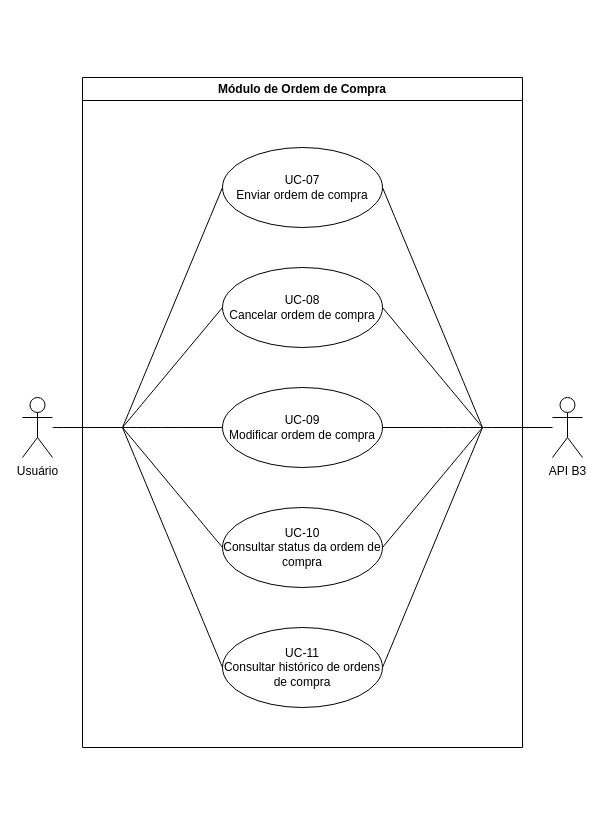
The draw.io diagram diagramas_casos_de_uso/uc_ordem_compra.drawio in gb-cs-rt/home_broker, before the edit. Source tidied: cells renumbered, new cells numbered last; positions are measured from the earlier drawing's top-left corner, leaving out a move shared by most shapes. Both pictures are drawn from the tidied source at 100%, with x=0, y=0 at pixel (22, 77).
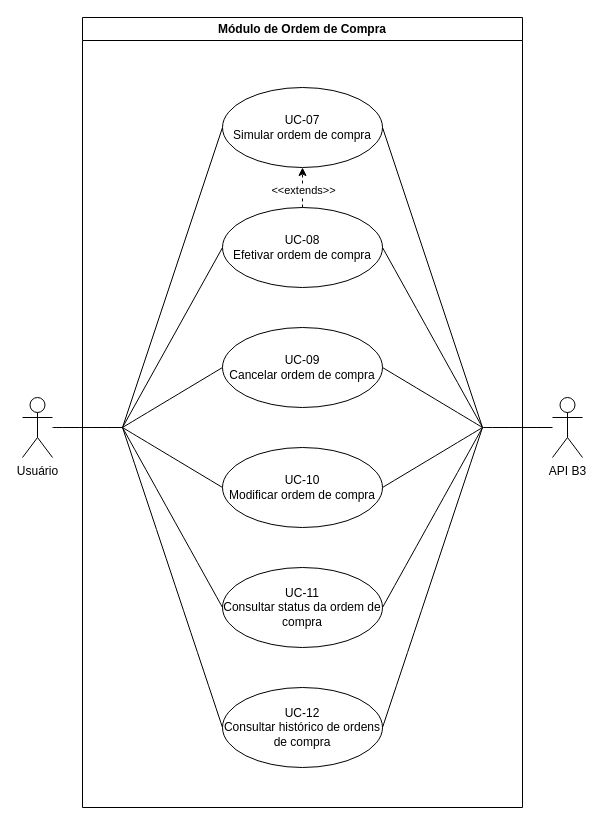
After the change.

Change to the diagram source:
```diff
@@
     <mxCell id="2" value="Módulo de Ordem de Compra" style="swimlane;whiteSpace=wrap;html=1;" parent="1" vertex="1">
-      <mxGeometry x="60" width="440" height="670" as="geometry" />
+      <mxGeometry x="60" y="-60" width="440" height="790" as="geometry" />
     </mxCell>
-    <mxCell id="3" value="UC-08&lt;div&gt;Cancelar ordem de compra&lt;/div&gt;" style="ellipse;whiteSpace=wrap;html=1;" parent="2" vertex="1">
-      <mxGeometry x="140" y="190" width="160" height="80" as="geometry" />
+    <mxCell id="3" value="UC-09&lt;div&gt;Cancelar ordem de compra&lt;/div&gt;" style="ellipse;whiteSpace=wrap;html=1;" parent="2" vertex="1">
+      <mxGeometry x="140" y="310" width="160" height="80" as="geometry" />
     </mxCell>
-    <mxCell id="4" value="UC-09&lt;div&gt;Modificar ordem de compra&lt;/div&gt;" style="ellipse;whiteSpace=wrap;html=1;" parent="2" vertex="1">
-      <mxGeometry x="140" y="310" width="160" height="80" as="geometry" />
+    <mxCell id="4" value="UC-10&lt;div&gt;Modificar ordem de compra&lt;/div&gt;" style="ellipse;whiteSpace=wrap;html=1;" parent="2" vertex="1">
+      <mxGeometry x="140" y="430" width="160" height="80" as="geometry" />
     </mxCell>
-    <mxCell id="5" value="UC-10&lt;div&gt;Consultar status da ordem de compra&lt;/div&gt;" style="ellipse;whiteSpace=wrap;html=1;" parent="2" vertex="1">
-      <mxGeometry x="140" y="430" width="160" height="80" as="geometry" />
+    <mxCell id="5" value="UC-11&lt;div&gt;&lt;span style=&quot;background-color: initial;&quot;&gt;Consultar status da ordem de compra&lt;/span&gt;&lt;/div&gt;" style="ellipse;whiteSpace=wrap;html=1;" parent="2" vertex="1">
+      <mxGeometry x="140" y="550" width="160" height="80" as="geometry" />
     </mxCell>
-    <mxCell id="6" value="UC-11&lt;div&gt;Consultar histórico de ordens de compra&lt;/div&gt;" style="ellipse;whiteSpace=wrap;html=1;" parent="2" vertex="1">
-      <mxGeometry x="140" y="550" width="160" height="80" as="geometry" />
+    <mxCell id="6" value="UC-12&lt;div&gt;Consultar histórico de ordens de compra&lt;/div&gt;" style="ellipse;whiteSpace=wrap;html=1;" parent="2" vertex="1">
+      <mxGeometry x="140" y="670" width="160" height="80" as="geometry" />
     </mxCell>
+    <mxCell id="22" style="edgeStyle=orthogonalEdgeStyle;rounded=0;jettySize=auto;html=1;exitX=0.5;exitY=0;exitDx=0;exitDy=0;entryX=0.5;entryY=1;entryDx=0;entryDy=0;dashed=1;" parent="2" edge="1" source="7" target="24">
+      <mxGeometry relative="1" as="geometry" />
+    </mxCell>
+    <mxCell id="23" value="&amp;lt;&amp;lt;extends&amp;gt;&amp;gt;" style="edgeLabel;html=1;align=center;verticalAlign=middle;" parent="22" vertex="1">
+      <mxGeometry x="-0.11" relative="1" as="geometry" />
+    </mxCell>
-    <mxCell id="7" value="UC-07&lt;div&gt;Enviar ordem de compra&lt;/div&gt;" style="ellipse;whiteSpace=wrap;html=1;" parent="2" vertex="1">
-      <mxGeometry x="140" y="70" width="160" height="80" as="geometry" />
+    <mxCell id="7" value="UC-08&lt;div&gt;&lt;span style=&quot;background-color: initial;&quot;&gt;Efetivar ordem de compra&lt;/span&gt;&lt;/div&gt;" style="ellipse;whiteSpace=wrap;html=1;" parent="2" vertex="1">
+      <mxGeometry x="140" y="190" width="160" height="80" as="geometry" />
     </mxCell>
+    <mxCell id="24" value="UC-07&lt;div&gt;Simular ordem de compra&lt;/div&gt;" style="ellipse;whiteSpace=wrap;html=1;" parent="2" vertex="1">
+      <mxGeometry x="140" y="70" width="160" height="80" as="geometry" />
+    </mxCell>
+    <mxCell id="25" style="endArrow=none;html=1;rounded=0;entryX=1;entryY=0.5;entryDx=0;entryDy=0;" parent="2" edge="1" target="24">
+      <mxGeometry relative="1" as="geometry">
+        <mxPoint x="400" y="410" as="sourcePoint" />
+      </mxGeometry>
+    </mxCell>
@@
-    <mxCell id="10" style="endArrow=none;html=1;rounded=0;fontSize=12;startSize=8;endSize=8;curved=1;entryX=0;entryY=0.5;entryDx=0;entryDy=0;" parent="1" edge="1" target="7">
-      <mxGeometry relative="1" as="geometry">
-        <mxPoint x="100" y="350" as="sourcePoint" />
-      </mxGeometry>
-    </mxCell>
@@
+    <mxCell id="26" style="endArrow=none;html=1;rounded=0;entryX=0;entryY=0.5;entryDx=0;entryDy=0;" parent="1" edge="1" target="24">
+      <mxGeometry relative="1" as="geometry">
+        <mxPoint x="100" y="350" as="sourcePoint" />
+      </mxGeometry>
+    </mxCell>
+    <mxCell id="27" style="endArrow=none;html=1;rounded=0;entryX=0;entryY=0.5;entryDx=0;entryDy=0;" parent="1" edge="1" target="7">
+      <mxGeometry relative="1" as="geometry">
+        <mxPoint x="100" y="350" as="sourcePoint" />
+      </mxGeometry>
+    </mxCell>
```
